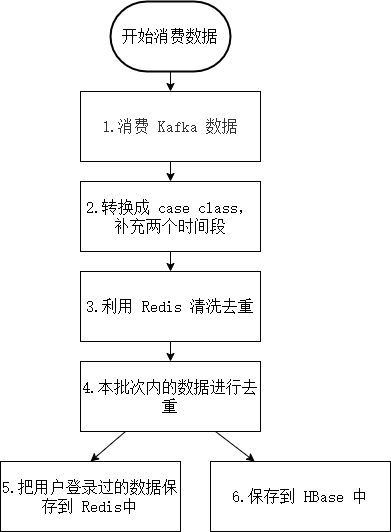
Before: 日活处理流程图.png, a diagram exported from draw.io (dyzcs/mall-2020). Source tidied: cells renumbered, new cells last; positions are measured from the earlier drawing's top-left corner, leaving out a move shared by most shapes.
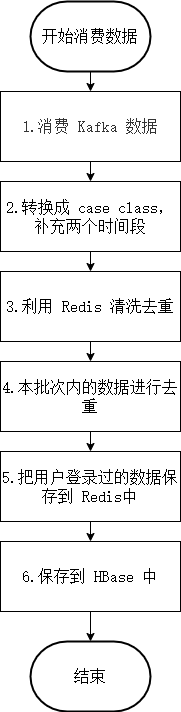
After the commit.

Commit message:
更新日活处理流程图.png

Change to the diagram source:
```diff
@@ -20,20 +20,23 @@
     <mxCell id="7" value="3.利用 Redis 清洗去重" style="rounded=0;whiteSpace=wrap;html=1;fontSize=16;fontFamily=宋体;fontSource=https%3A%2F%2Ffonts.googleapis.com%2Fcss%3Ffamily%3D%25E5%25AE%258B%25E4%25BD%2593;fillColor=#FFFFFF;" parent="1" vertex="1">
       <mxGeometry x="80" y="270" width="180" height="70" as="geometry" />
     </mxCell>
-    <mxCell id="8" style="rounded=0;jettySize=auto;html=1;exitX=0.25;exitY=1;exitDx=0;exitDy=0;entryX=0.5;entryY=0;entryDx=0;entryDy=0;fontSize=16;fontFamily=宋体;fontSource=https%3A%2F%2Ffonts.googleapis.com%2Fcss%3Ffamily%3D%25E5%25AE%258B%25E4%25BD%2593;" parent="1" edge="1" source="10" target="11">
+    <mxCell id="8" style="edgeStyle=orthogonalEdgeStyle;rounded=0;jettySize=auto;html=1;exitX=0.5;exitY=1;exitDx=0;exitDy=0;entryX=0.5;entryY=0;entryDx=0;entryDy=0;" parent="1" edge="1" source="10" target="11">
       <mxGeometry relative="1" as="geometry" />
     </mxCell>
-    <mxCell id="9" style="rounded=0;jettySize=auto;html=1;exitX=0.75;exitY=1;exitDx=0;exitDy=0;fontSize=16;fontFamily=宋体;fontSource=https%3A%2F%2Ffonts.googleapis.com%2Fcss%3Ffamily%3D%25E5%25AE%258B%25E4%25BD%2593;" parent="1" edge="1" source="10" target="12">
-      <mxGeometry relative="1" as="geometry" />
-    </mxCell>
     <mxCell id="10" value="4.本批次内的数据进行去重" style="rounded=0;whiteSpace=wrap;html=1;fontSize=16;fontFamily=宋体;fontSource=https%3A%2F%2Ffonts.googleapis.com%2Fcss%3Ffamily%3D%25E5%25AE%258B%25E4%25BD%2593;fillColor=#FFFFFF;" parent="1" vertex="1">
       <mxGeometry x="80" y="360" width="180" height="70" as="geometry" />
     </mxCell>
+    <mxCell id="15" style="edgeStyle=orthogonalEdgeStyle;rounded=0;jettySize=auto;html=1;exitX=0.5;exitY=1;exitDx=0;exitDy=0;entryX=0.5;entryY=0;entryDx=0;entryDy=0;" parent="1" edge="1" source="11" target="12">
+      <mxGeometry relative="1" as="geometry" />
+    </mxCell>
     <mxCell id="11" value="5.把用户登录过的数据保存到 Redis中" style="rounded=0;whiteSpace=wrap;html=1;fontSize=16;fontFamily=宋体;fontSource=https%3A%2F%2Ffonts.googleapis.com%2Fcss%3Ffamily%3D%25E5%25AE%258B%25E4%25BD%2593;fillColor=#FFFFFF;" parent="1" vertex="1">
-      <mxGeometry y="460" width="180" height="70" as="geometry" />
+      <mxGeometry x="80" y="450" width="180" height="70" as="geometry" />
     </mxCell>
+    <mxCell id="16" style="edgeStyle=orthogonalEdgeStyle;rounded=0;jettySize=auto;html=1;entryX=0.5;entryY=0;entryDx=0;entryDy=0;entryPerimeter=0;" parent="1" edge="1" source="12" target="17">
+      <mxGeometry relative="1" as="geometry" />
+    </mxCell>
     <mxCell id="12" value="6.保存到 HBase 中" style="rounded=0;whiteSpace=wrap;html=1;fontSize=16;fontFamily=宋体;fontSource=https%3A%2F%2Ffonts.googleapis.com%2Fcss%3Ffamily%3D%25E5%25AE%258B%25E4%25BD%2593;fillColor=#FFFFFF;" parent="1" vertex="1">
-      <mxGeometry x="210" y="460" width="180" height="70" as="geometry" />
+      <mxGeometry x="80" y="540" width="180" height="70" as="geometry" />
     </mxCell>
     <mxCell id="13" style="edgeStyle=orthogonalEdgeStyle;rounded=0;jettySize=auto;html=1;exitX=0.5;exitY=1;exitDx=0;exitDy=0;exitPerimeter=0;entryX=0.5;entryY=0;entryDx=0;entryDy=0;" parent="1" edge="1" source="14" target="3">
       <mxGeometry relative="1" as="geometry" />
@@ -41,5 +44,8 @@
     <mxCell id="14" value="&lt;font face=&quot;宋体&quot; style=&quot;font-size: 16px&quot;&gt;开始消费数据&lt;/font&gt;" style="strokeWidth=2;html=1;shape=mxgraph.flowchart.terminator;whiteSpace=wrap;" parent="1" vertex="1">
       <mxGeometry x="110" width="120" height="70" as="geometry" />
     </mxCell>
+    <mxCell id="17" value="&lt;font face=&quot;宋体&quot; style=&quot;font-size: 16px&quot;&gt;结束&lt;/font&gt;" style="strokeWidth=2;html=1;shape=mxgraph.flowchart.terminator;whiteSpace=wrap;" parent="1" vertex="1">
+      <mxGeometry x="110" y="640" width="120" height="70" as="geometry" />
+    </mxCell>
   </root>
 </mxGraphModel>
```
